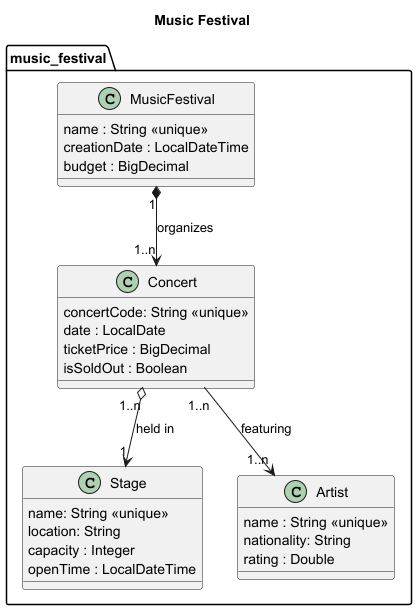
miw-upm/apaw-practice keeps this PlantUML diagram as docs/music-festival.models.png. Above is the earlier version.
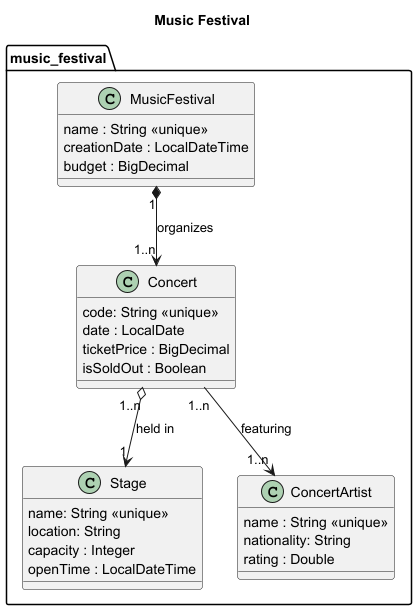
After the commit.

What changed in the source:
```diff
@@ -9,7 +9,7 @@
     }
 
     class Concert {
-        concertCode: String <<unique>>
+        code: String <<unique>>
         date : LocalDate
         ticketPrice : BigDecimal
         isSoldOut : Boolean
@@ -22,7 +22,7 @@
         openTime : LocalDateTime
     }
 
-    class Artist {
+    class ConcertArtist {
         name : String <<unique>>
         nationality: String
         rating : Double
@@ -33,6 +33,6 @@
 
 Concert "1..n" o--> "1" Stage : "held in"
 
-Concert "1..n" --> "1..n" Artist : "featuring"
+Concert "1..n" --> "1..n" ConcertArtist : "featuring"
 
 @enduml
```
